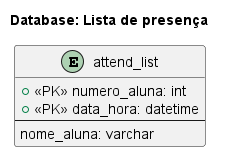
Before: Trabalho2/Parte1/Gerenciador/RequisitosFuncionais/Images/db.png, a diagram exported from PlantUML (jorgesalhani/computerNetworksTeam). Its diagram source:
```plantuml
@startuml

title Database: Lista de presença

entity "attend_list" {
  +<<PK>> numero_aluna: int
  +<<PK>> data_hora: datetime
  --
  nome_aluna: varchar
}
@enduml
```
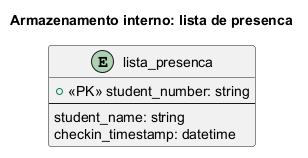
After the commit.

The edit, as a diff of the source:
```diff
@@ -1,11 +1,12 @@
 @startuml
 
-title Database: Lista de presença
+title Armazenamento interno: lista de presenca
 
-entity "attend_list" {
-  +<<PK>> numero_aluna: int
-  +<<PK>> data_hora: datetime
+entity "lista_presenca" {
+  +<<PK>> student_number: string
   --
-  nome_aluna: varchar
+  student_name: string
+  checkin_timestamp: datetime
 }
+
 @enduml
```
